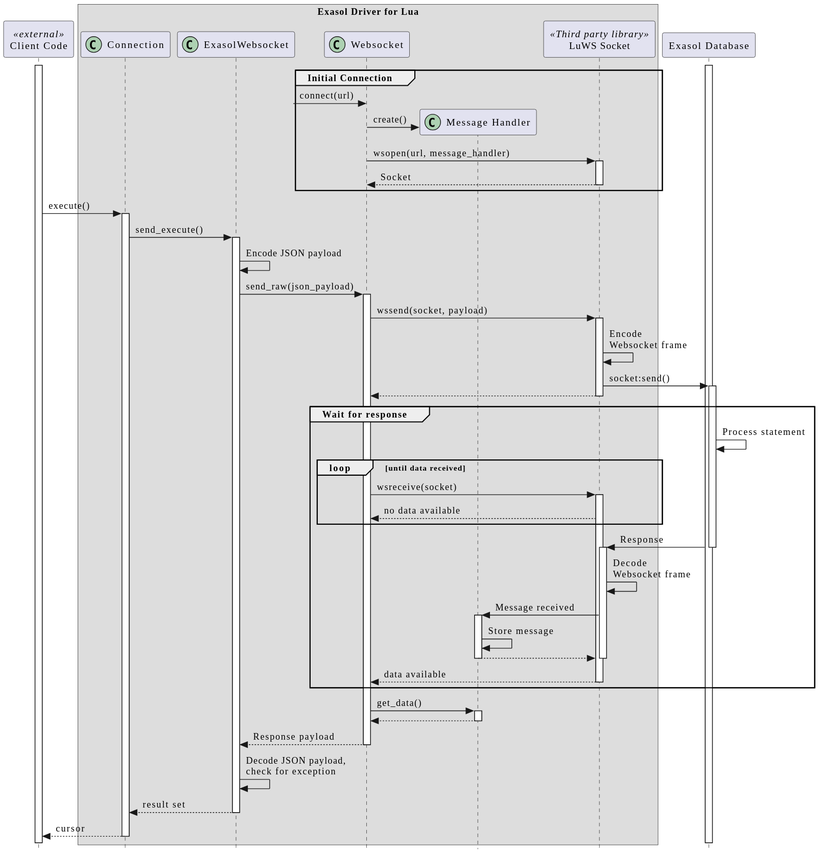
Earlier version of the PlantUML export doc/images/generated/seq_websocket_request_response.svg (exasol/exasol-driver-lua).
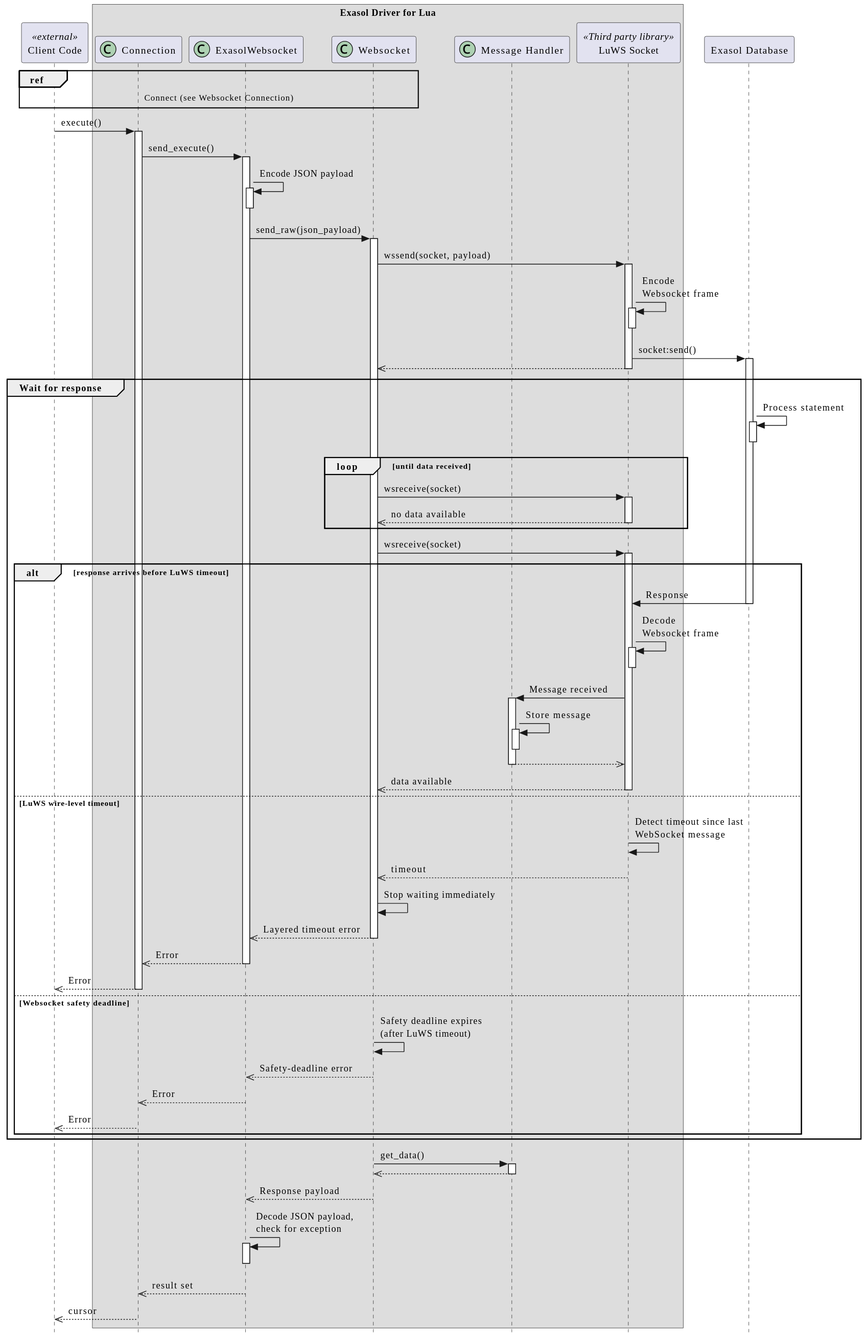
After the commit.

Diff of the diagram source:
```diff
@@ -1,4 +1,4 @@
-@startuml seq_websocket_request_response
+@startuml
 !include ../clean.skin
 
 participant "Client Code" as client <<external>>
@@ -11,65 +11,89 @@
 end box
 participant "Exasol Database" as db
 
-activate client
-activate db
-
-group Initial Connection
-    ?-> ws : connect(url)
-    create msghandler
-    ws -> msghandler : create()
-    ws -> luws : wsopen(url, message_handler)
-    activate luws
-    luws --> ws : Socket
-    deactivate luws
-end
+ref over client, ws
+    Connect (see Websocket Connection)
+end ref
 
 client -> conn : execute()
 activate conn
 conn -> exaws : send_execute()
 activate exaws
 exaws -> exaws : Encode JSON payload
+activate exaws
+deactivate exaws
 exaws -> ws : send_raw(json_payload)
 activate ws
 ws -> luws : wssend(socket, payload)
 activate luws
 luws -> luws : Encode\nWebsocket frame
+activate luws
+deactivate luws
 luws -> db : socket:send()
 activate db
-luws --> ws
+luws -->> ws
 deactivate luws
 group Wait for response
     db -> db : Process statement
+    activate db
+    deactivate db
     loop until data received
         ws -> luws : wsreceive(socket)
         activate luws
-        luws --> ws : no data available
+        luws -->> ws : no data available
+        deactivate luws
     end
-    db -> luws: Response
-    deactivate db
+    ws -> luws : wsreceive(socket)
     activate luws
-    deactivate luws
-    luws -> luws : Decode\nWebsocket frame
-    luws -> msghandler : Message received
-    activate msghandler
-    msghandler -> msghandler : Store message
-    msghandler --> luws
-    deactivate msghandler
-    deactivate luws
-    luws --> ws : data available
-    deactivate luws
+    alt response arrives before LuWS timeout
+        db -> luws: Response
+        deactivate db
+        luws -> luws : Decode\nWebsocket frame
+        activate luws
+        deactivate luws
+        luws -> msghandler : Message received
+        activate msghandler
+        msghandler -> msghandler : Store message
+        activate msghandler
+        deactivate msghandler
+        msghandler -->> luws
+        deactivate msghandler
+        luws -->> ws : data available
+        deactivate luws
+    else LuWS wire-level timeout
+        luws -> luws : Detect timeout since last\nWebSocket message
+        luws -->> ws : timeout
+        deactivate luws
+        ws -> ws : Stop waiting immediately
+        ws -->> exaws : Layered timeout error
+        deactivate ws
+        exaws -->> conn : Error
+        deactivate exaws
+        conn -->> client : Error
+        deactivate conn
+    else Websocket safety deadline
+        deactivate luws
+        ws -> ws : Safety deadline expires\n(after LuWS timeout)
+        ws -->> exaws : Safety-deadline error
+        deactivate ws
+        exaws -->> conn : Error
+        deactivate exaws
+        conn -->> client : Error
+        deactivate conn
+    end
 end
 
 ws -> msghandler : get_data()
 activate msghandler
-msghandler --> ws
+msghandler -->> ws
 deactivate msghandler
-ws --> exaws : Response payload
+ws -->> exaws : Response payload
 deactivate ws
 exaws -> exaws : Decode JSON payload,\ncheck for exception
-exaws --> conn : result set
+activate exaws
 deactivate exaws
-conn --> client : cursor
+exaws -->> conn : result set
+deactivate exaws
+conn -->> client : cursor
 deactivate conn
-
 @enduml
```
